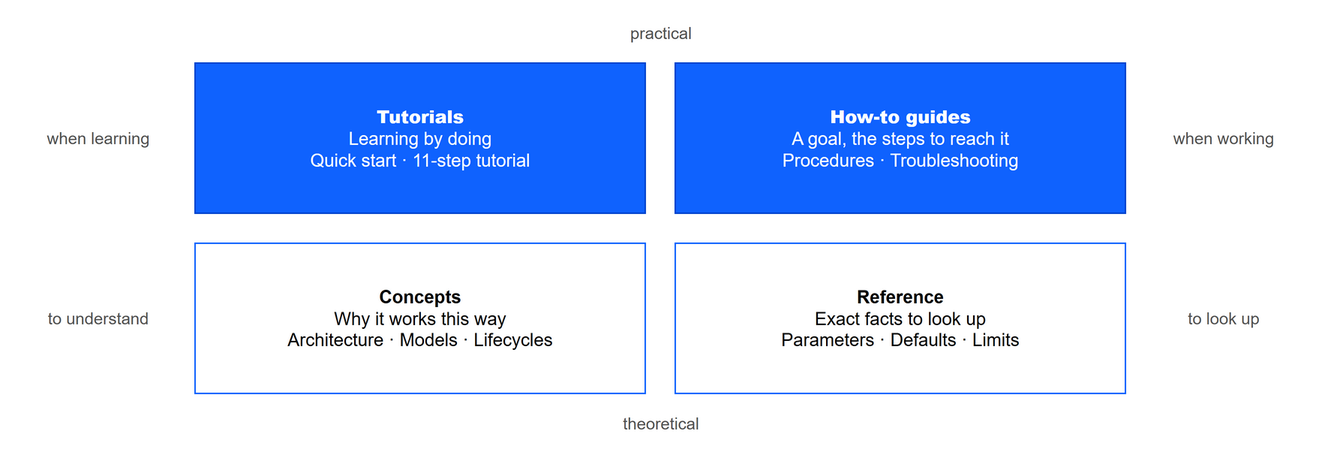
cml-x/docs keeps this draw.io diagram as static/img/docs-map.drawio.png. Above is the earlier version. Source tidied: cells renumbered, new cells last; positions are measured from the earlier drawing's top-left corner, leaving out a move shared by most shapes.
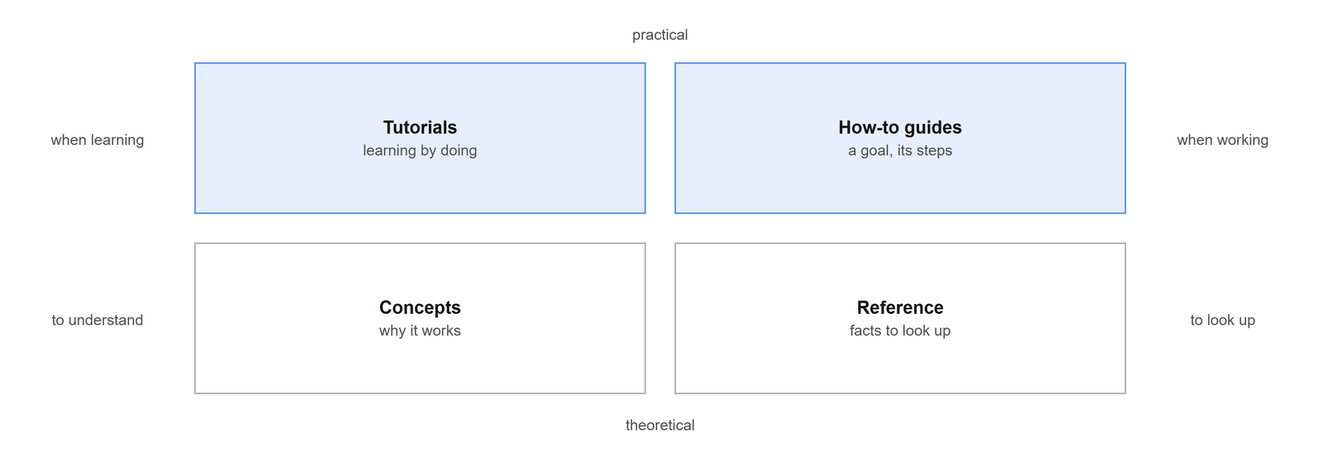
The same diagram one commit later.

What changed in the source:
```diff
@@ -1,35 +1,35 @@
-<mxGraphModel>
+<mxGraphModel background="#FFFFFF">
   <root>
     <mxCell id="0" />
     <mxCell id="1" parent="0" />
-    <mxCell id="2" value="&lt;b&gt;Tutorials&lt;/b&gt;&lt;br&gt;&lt;span style=&quot;font-weight:normal&quot;&gt;Learning by doing&lt;br&gt;Quick start · 11-step tutorial&lt;/span&gt;" style="rounded=0;whiteSpace=wrap;html=1;fillColor=#0f62fe;strokeColor=#0043ce;fontColor=#ffffff;fontSize=12;fontStyle=1;" parent="1" vertex="1">
+    <mxCell id="2" value="&lt;b&gt;Tutorials&lt;/b&gt;&lt;br&gt;&lt;span style=&quot;font-size:10px;color:#525252&quot;&gt;learning by doing&lt;/span&gt;" style="rounded=0;whiteSpace=wrap;html=1;strokeWidth=1;fontColor=#161616;fontSize=12;fillColor=#0F62FE;fillOpacity=10;strokeColor=#0F62FE;strokeOpacity=70;" parent="1" vertex="1">
       <mxGeometry x="120" y="32" width="300" height="100" as="geometry" />
     </mxCell>
-    <mxCell id="3" value="&lt;b&gt;How-to guides&lt;/b&gt;&lt;br&gt;&lt;span style=&quot;font-weight:normal&quot;&gt;A goal, the steps to reach it&lt;br&gt;Procedures · Troubleshooting&lt;/span&gt;" style="rounded=0;whiteSpace=wrap;html=1;fillColor=#0f62fe;strokeColor=#0043ce;fontColor=#ffffff;fontSize=12;fontStyle=1;" parent="1" vertex="1">
+    <mxCell id="3" value="&lt;b&gt;How-to guides&lt;/b&gt;&lt;br&gt;&lt;span style=&quot;font-size:10px;color:#525252&quot;&gt;a goal, its steps&lt;/span&gt;" style="rounded=0;whiteSpace=wrap;html=1;strokeWidth=1;fontColor=#161616;fontSize=12;fillColor=#0F62FE;fillOpacity=10;strokeColor=#0F62FE;strokeOpacity=70;" parent="1" vertex="1">
       <mxGeometry x="440" y="32" width="300" height="100" as="geometry" />
     </mxCell>
-    <mxCell id="4" value="&lt;b&gt;Concepts&lt;/b&gt;&lt;br&gt;&lt;span style=&quot;font-weight:normal&quot;&gt;Why it works this way&lt;br&gt;Architecture · Models · Lifecycles&lt;/span&gt;" style="rounded=0;whiteSpace=wrap;html=1;fillColor=#ffffff;strokeColor=#0f62fe;fontSize=12;" parent="1" vertex="1">
+    <mxCell id="4" value="&lt;b&gt;Concepts&lt;/b&gt;&lt;br&gt;&lt;span style=&quot;font-size:10px;color:#525252&quot;&gt;why it works&lt;/span&gt;" style="rounded=0;whiteSpace=wrap;html=1;strokeWidth=1;fontColor=#161616;fontSize=12;fillColor=none;strokeColor=#8D8D8D;strokeOpacity=70;" parent="1" vertex="1">
       <mxGeometry x="120" y="152" width="300" height="100" as="geometry" />
     </mxCell>
-    <mxCell id="5" value="&lt;b&gt;Reference&lt;/b&gt;&lt;br&gt;&lt;span style=&quot;font-weight:normal&quot;&gt;Exact facts to look up&lt;br&gt;Parameters · Defaults · Limits&lt;/span&gt;" style="rounded=0;whiteSpace=wrap;html=1;fillColor=#ffffff;strokeColor=#0f62fe;fontSize=12;" parent="1" vertex="1">
+    <mxCell id="5" value="&lt;b&gt;Reference&lt;/b&gt;&lt;br&gt;&lt;span style=&quot;font-size:10px;color:#525252&quot;&gt;facts to look up&lt;/span&gt;" style="rounded=0;whiteSpace=wrap;html=1;strokeWidth=1;fontColor=#161616;fontSize=12;fillColor=none;strokeColor=#8D8D8D;strokeOpacity=70;" parent="1" vertex="1">
       <mxGeometry x="440" y="152" width="300" height="100" as="geometry" />
     </mxCell>
-    <mxCell id="6" value="when learning" style="text;html=1;align=center;verticalAlign=middle;fontSize=11;fontColor=#525252;" parent="1" vertex="1">
+    <mxCell id="6" value="&lt;span style=&quot;font-size:10px;color:#525252&quot;&gt;when learning&lt;/span&gt;" style="rounded=0;whiteSpace=wrap;html=1;strokeWidth=1;fontColor=#161616;fontSize=12;fillColor=none;strokeColor=none;" parent="1" vertex="1">
       <mxGeometry y="67" width="110" height="30" as="geometry" />
     </mxCell>
-    <mxCell id="7" value="when working" style="text;html=1;align=center;verticalAlign=middle;fontSize=11;fontColor=#525252;" parent="1" vertex="1">
+    <mxCell id="7" value="&lt;span style=&quot;font-size:10px;color:#525252&quot;&gt;when working&lt;/span&gt;" style="rounded=0;whiteSpace=wrap;html=1;strokeWidth=1;fontColor=#161616;fontSize=12;fillColor=none;strokeColor=none;" parent="1" vertex="1">
       <mxGeometry x="750" y="67" width="110" height="30" as="geometry" />
     </mxCell>
-    <mxCell id="8" value="to understand" style="text;html=1;align=center;verticalAlign=middle;fontSize=11;fontColor=#525252;" parent="1" vertex="1">
+    <mxCell id="8" value="&lt;span style=&quot;font-size:10px;color:#525252&quot;&gt;to understand&lt;/span&gt;" style="rounded=0;whiteSpace=wrap;html=1;strokeWidth=1;fontColor=#161616;fontSize=12;fillColor=none;strokeColor=none;" parent="1" vertex="1">
       <mxGeometry y="187" width="110" height="30" as="geometry" />
     </mxCell>
-    <mxCell id="9" value="to look up" style="text;html=1;align=center;verticalAlign=middle;fontSize=11;fontColor=#525252;" parent="1" vertex="1">
+    <mxCell id="9" value="&lt;span style=&quot;font-size:10px;color:#525252&quot;&gt;to look up&lt;/span&gt;" style="rounded=0;whiteSpace=wrap;html=1;strokeWidth=1;fontColor=#161616;fontSize=12;fillColor=none;strokeColor=none;" parent="1" vertex="1">
       <mxGeometry x="750" y="187" width="110" height="30" as="geometry" />
     </mxCell>
-    <mxCell id="10" value="practical" style="text;html=1;align=center;verticalAlign=middle;fontSize=11;fontColor=#525252;" parent="1" vertex="1">
+    <mxCell id="10" value="&lt;span style=&quot;font-size:10px;color:#525252&quot;&gt;practical&lt;/span&gt;" style="rounded=0;whiteSpace=wrap;html=1;strokeWidth=1;fontColor=#161616;fontSize=12;fillColor=none;strokeColor=none;" parent="1" vertex="1">
       <mxGeometry x="230" width="400" height="24" as="geometry" />
     </mxCell>
-    <mxCell id="11" value="theoretical" style="text;html=1;align=center;verticalAlign=middle;fontSize=11;fontColor=#525252;" parent="1" vertex="1">
+    <mxCell id="11" value="&lt;span style=&quot;font-size:10px;color:#525252&quot;&gt;theoretical&lt;/span&gt;" style="rounded=0;whiteSpace=wrap;html=1;strokeWidth=1;fontColor=#161616;fontSize=12;fillColor=none;strokeColor=none;" parent="1" vertex="1">
       <mxGeometry x="230" y="260" width="400" height="24" as="geometry" />
     </mxCell>
   </root>
```
